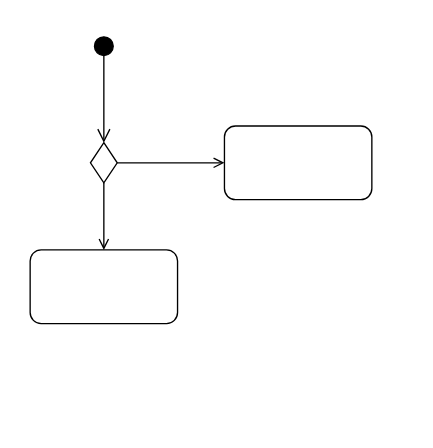
Before: Diagrama de atividade - Cadastro no site.drawio in JudilenaGalvao/Projeto-POO, a draw.io diagram. Source tidied: cells renumbered, new cells numbered last; positions are measured from the earlier drawing's top-left corner, leaving out a move shared by most shapes. Both pictures are drawn from the tidied source at 134%, with x=0, y=0 at pixel (29, 35).
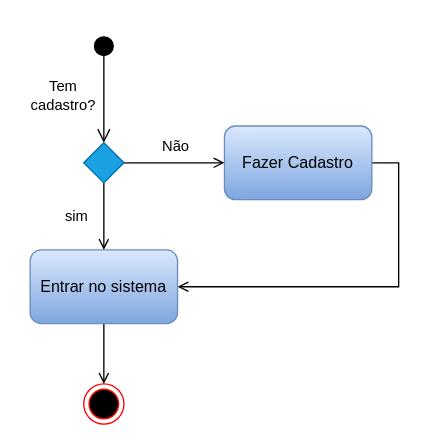
The same diagram, later.

Change to the diagram source:
```diff
@@
 <mxGraphModel>
   <root>
     <mxCell id="0" />
     <mxCell id="1" parent="0" />
     <mxCell id="2" style="html=1;verticalAlign=bottom;startArrow=circle;startFill=1;endArrow=open;startSize=6;endSize=8;edgeStyle=elbowEdgeStyle;elbow=vertical;curved=0;rounded=0;" parent="1" edge="1">
       <mxGeometry relative="1" as="geometry">
         <mxPoint x="55" as="sourcePoint" />
         <mxPoint x="55" y="80" as="targetPoint" />
       </mxGeometry>
     </mxCell>
     <mxCell id="3" style="edgeStyle=orthogonalEdgeStyle;rounded=0;jettySize=auto;html=1;exitX=1;exitY=0.5;exitDx=0;exitDy=0;entryX=0;entryY=0.5;entryDx=0;entryDy=0;endArrow=open;endFill=0;" parent="1" edge="1" source="5" target="6">
       <mxGeometry relative="1" as="geometry" />
     </mxCell>
     <mxCell id="4" style="edgeStyle=orthogonalEdgeStyle;shape=connector;rounded=0;jettySize=auto;html=1;exitX=0.5;exitY=1;exitDx=0;exitDy=0;entryX=0.5;entryY=0;entryDx=0;entryDy=0;labelBackgroundColor=default;strokeColor=default;fontFamily=Helvetica;fontSize=11;fontColor=default;endArrow=open;endFill=0;" parent="1" edge="1" source="5" target="7">
       <mxGeometry relative="1" as="geometry" />
     </mxCell>
-    <mxCell id="5" style="rhombus;whiteSpace=wrap;html=1;" parent="1" vertex="1">
-      <mxGeometry x="45" y="80" width="20" height="30" as="geometry" />
+    <mxCell id="5" style="rhombus;whiteSpace=wrap;html=1;fillColor=#1ba1e2;strokeColor=#006EAF;fontColor=#ffffff;" parent="1" vertex="1">
+      <mxGeometry x="40" y="80" width="30" height="30" as="geometry" />
     </mxCell>
+    <mxCell id="8" style="edgeStyle=orthogonalEdgeStyle;shape=connector;rounded=0;jettySize=auto;html=1;exitX=1;exitY=0.5;exitDx=0;exitDy=0;entryX=1;entryY=0.5;entryDx=0;entryDy=0;labelBackgroundColor=default;strokeColor=default;fontFamily=Helvetica;fontSize=11;fontColor=default;endArrow=open;endFill=0;" parent="1" edge="1" source="6" target="7">
+      <mxGeometry relative="1" as="geometry" />
+    </mxCell>
-    <mxCell id="6" style="rounded=1;whiteSpace=wrap;html=1;" parent="1" vertex="1">
+    <mxCell id="6" value="Fazer Cadastro" style="rounded=1;whiteSpace=wrap;html=1;fillColor=#dae8fc;gradientColor=#7ea6e0;strokeColor=#6c8ebf;" parent="1" vertex="1">
       <mxGeometry x="145" y="67.5" width="110" height="55" as="geometry" />
     </mxCell>
+    <mxCell id="9" style="edgeStyle=orthogonalEdgeStyle;shape=connector;rounded=0;jettySize=auto;html=1;exitX=0.5;exitY=1;exitDx=0;exitDy=0;entryX=0.5;entryY=0;entryDx=0;entryDy=0;labelBackgroundColor=default;strokeColor=default;fontFamily=Helvetica;fontSize=11;fontColor=default;endArrow=open;endFill=0;" parent="1" edge="1" source="7" target="13">
+      <mxGeometry relative="1" as="geometry" />
+    </mxCell>
-    <mxCell id="7" style="rounded=1;whiteSpace=wrap;html=1;" parent="1" vertex="1">
+    <mxCell id="7" value="Entrar no sistema" style="rounded=1;whiteSpace=wrap;html=1;fillColor=#dae8fc;gradientColor=#7ea6e0;strokeColor=#6c8ebf;" parent="1" vertex="1">
       <mxGeometry y="160" width="110" height="55" as="geometry" />
     </mxCell>
+    <mxCell id="10" value="Tem cadastro?" style="text;html=1;strokeColor=none;fillColor=none;align=center;verticalAlign=middle;whiteSpace=wrap;rounded=0;fontSize=11;fontFamily=Helvetica;fontColor=default;" parent="1" vertex="1">
+      <mxGeometry x="-5" y="30" width="60" height="30" as="geometry" />
+    </mxCell>
+    <mxCell id="11" value="sim" style="text;html=1;strokeColor=none;fillColor=none;align=center;verticalAlign=middle;whiteSpace=wrap;rounded=0;fontSize=11;fontFamily=Helvetica;fontColor=default;" parent="1" vertex="1">
+      <mxGeometry x="5" y="120" width="60" height="30" as="geometry" />
+    </mxCell>
+    <mxCell id="12" value="Não" style="text;html=1;strokeColor=none;fillColor=none;align=center;verticalAlign=middle;whiteSpace=wrap;rounded=0;fontSize=11;fontFamily=Helvetica;fontColor=default;" parent="1" vertex="1">
+      <mxGeometry x="79" y="67.5" width="60" height="30" as="geometry" />
+    </mxCell>
+    <mxCell id="13" style="ellipse;html=1;shape=endState;fillColor=#000000;strokeColor=#ff0000;fontFamily=Helvetica;fontSize=11;fontColor=default;" parent="1" vertex="1">
+      <mxGeometry x="40" y="260" width="30" height="30" as="geometry" />
+    </mxCell>
   </root>
 </mxGraphModel>
```
